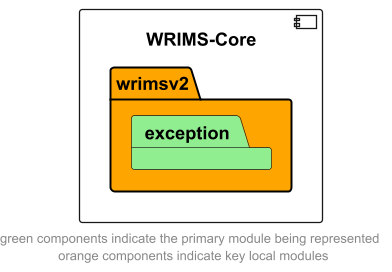
The PlantUML diagram docs/diagrams/wrims-core/wrims-core_exception.png in CentralValleyModeling/wrims-engine, before a commit.
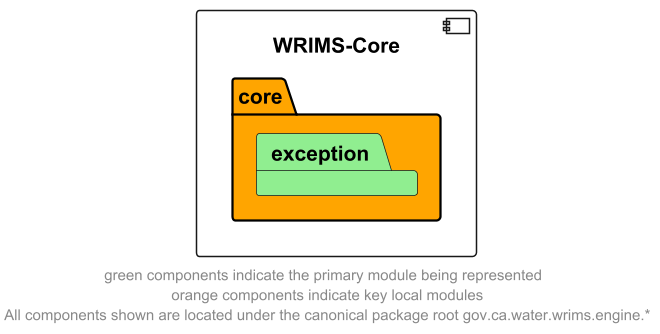
The same file after the commit.

What changed in the source:
```diff
@@ -3,11 +3,11 @@
 skinparam linetype ortho
 
 component wrims_core as "WRIMS-Core" {
-    package wrimsv2 #orange {
+    package core #orange {
         package exception #lightgreen
     }
 }
 
 
-footer "green components indicate the primary module being represented \n orange components indicate key local modules"
+footer "green components indicate the primary module being represented \n orange components indicate key local modules\n All components shown are located under the canonical package root gov.ca.water.wrims.engine.*"
 @enduml
```
